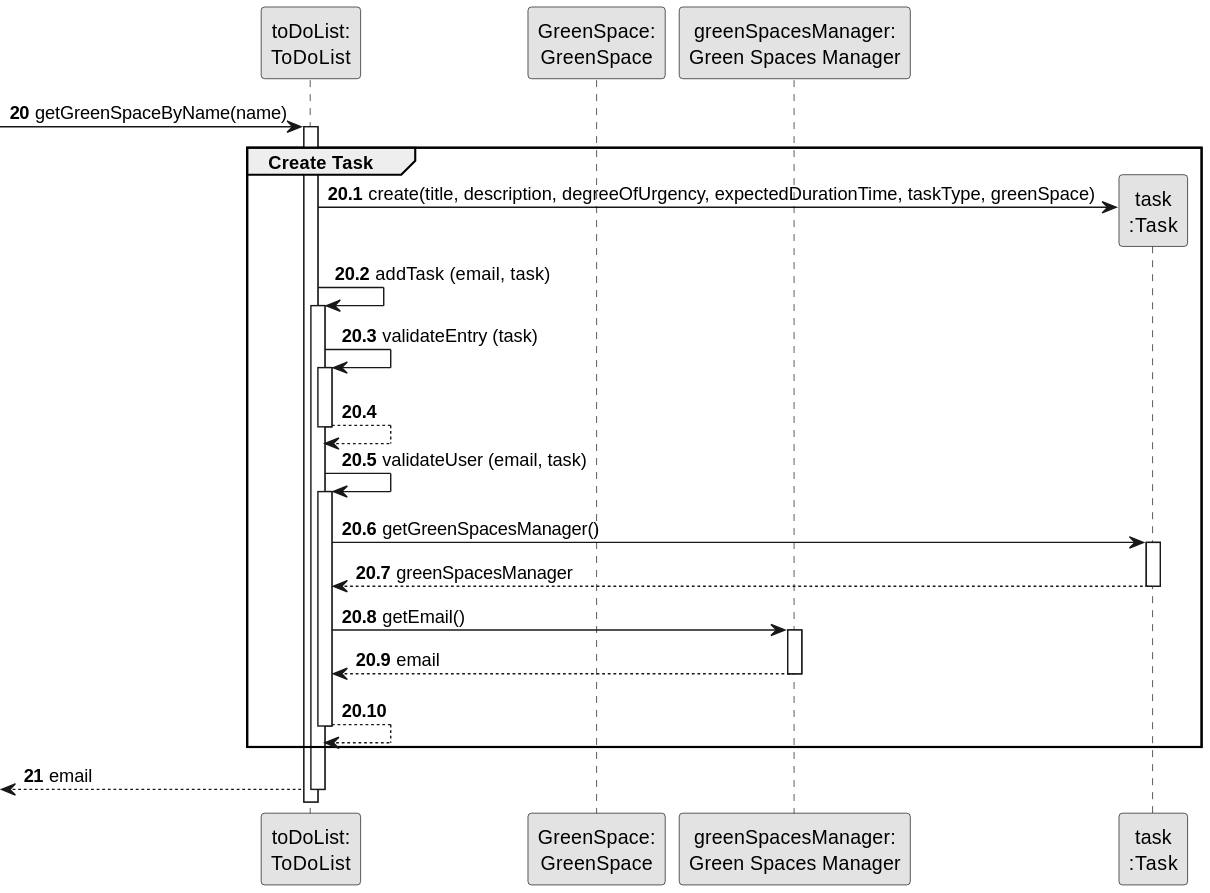
Above: docs/sprintA&B&C/us021/03.design/svg/us021-sequence-diagram-partial-create-task.svg in daniel41silva05/ISEP_2023_2024_LAPR2 (PlantUML), before the change.
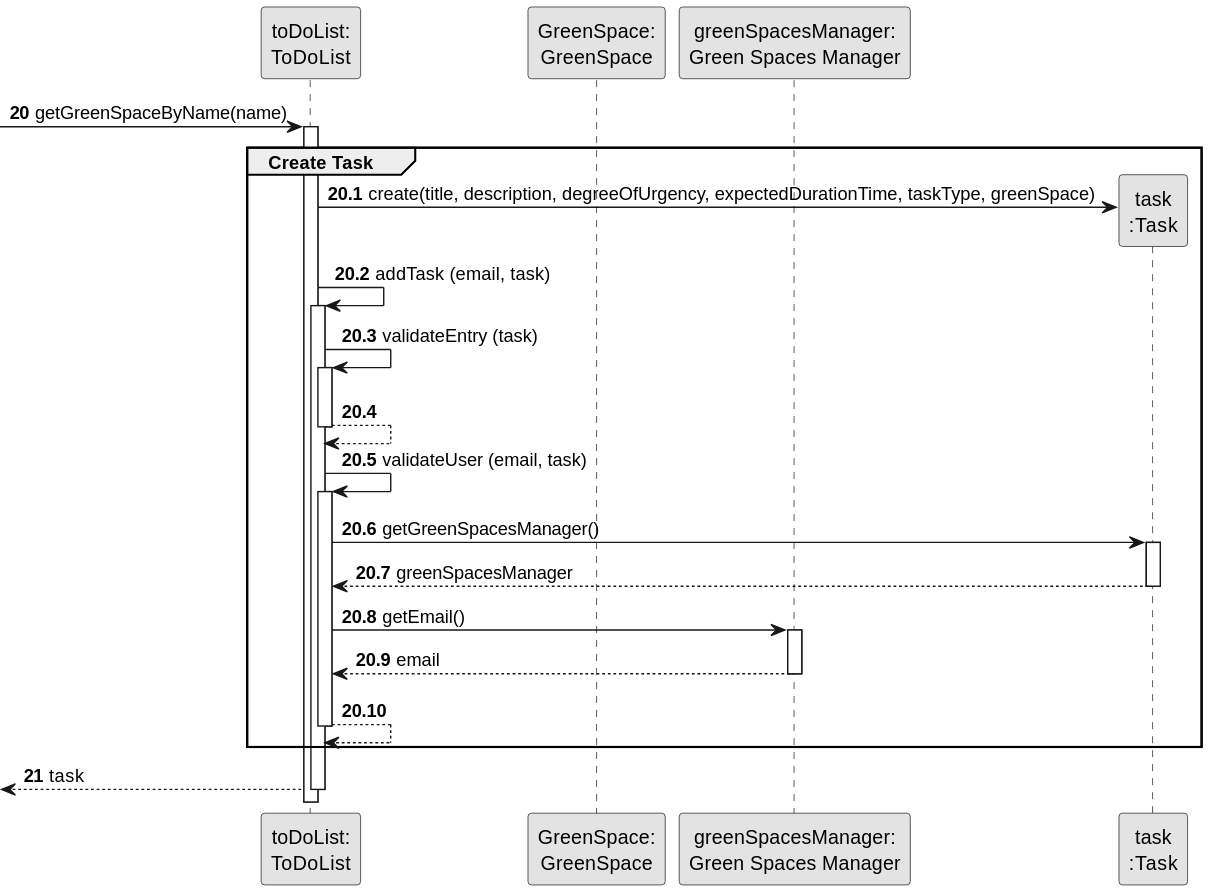
After the commit.

What changed in the source:
```diff
@@ -49,6 +49,6 @@
 
     end
     autonumber 21
-    <-- toDoList  : email
+    <-- toDoList  : task
 deactivate toDoList
 @enduml
```
